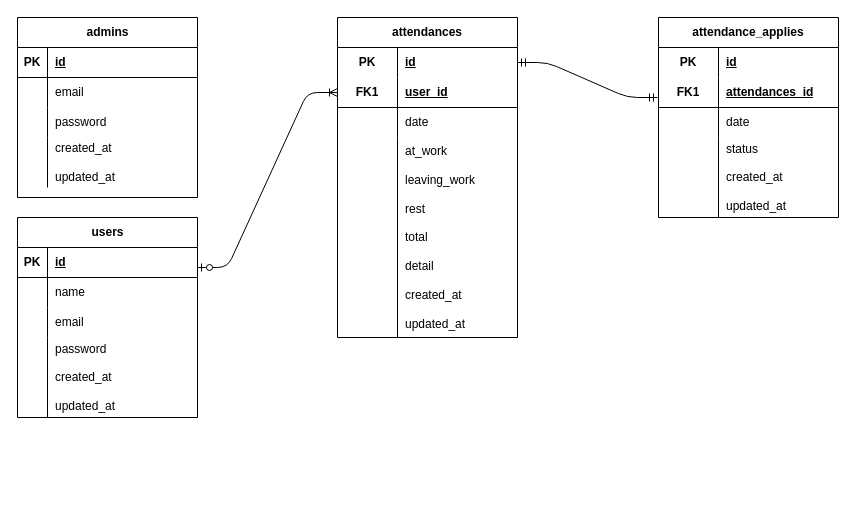
casanova1502/second-mock keeps this draw.io diagram as er-diagram.drawio. Above is the earlier version. Source tidied: cells renumbered, new cells numbered last; positions are measured from the earlier drawing's top-left corner, leaving out a move shared by most shapes. Both pictures are drawn from the tidied source at 100%, with x=0, y=0 at pixel (17, 17).
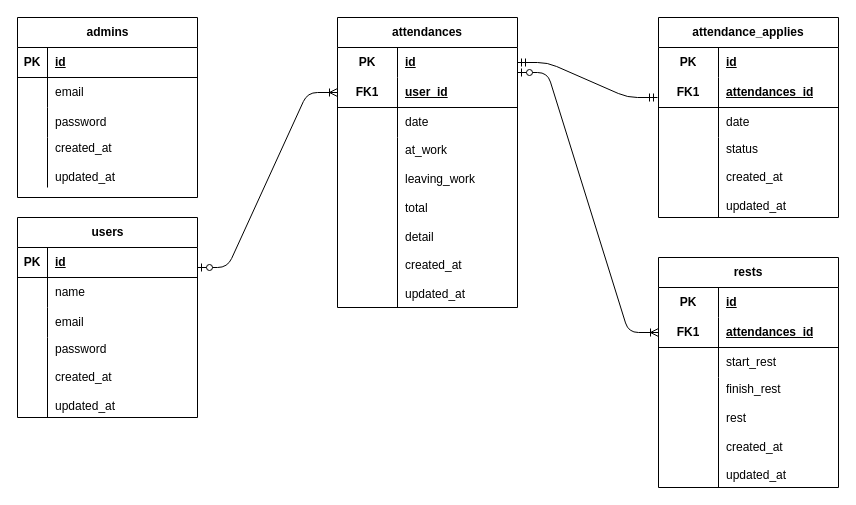
After the change.

Change to the diagram source:
```diff
@@
     <mxCell id="28" value="attendances" style="shape=table;startSize=30;childLayout=tableLayout;rowLines=0;fontStyle=1;align=center;html=1;whiteSpace=wrap;" parent="1" vertex="1">
-      <mxGeometry x="320" width="180" height="320" as="geometry" />
+      <mxGeometry x="320" width="180" height="290" as="geometry" />
     </mxCell>
@@
     <mxCell id="38" style="shape=tableRow;horizontal=0;startSize=0;swimlaneHead=0;swimlaneBody=0;fillColor=none;top=0;left=0;right=0;bottom=0;html=1;" parent="28" vertex="1">
-      <mxGeometry y="120" width="180" height="200" as="geometry" />
+      <mxGeometry y="120" width="180" height="170" as="geometry" />
     </mxCell>
     <mxCell id="39" style="shape=partialRectangle;fillColor=none;top=0;left=0;bottom=0;right=0;overflow=hidden;html=1;whiteSpace=wrap;" parent="38" vertex="1">
-      <mxGeometry width="60" height="200" as="geometry" />
+      <mxGeometry width="60" height="170" as="geometry" />
     </mxCell>
-    <mxCell id="40" value="at_work&lt;br&gt;&lt;div&gt;&lt;br&gt;&lt;/div&gt;&lt;div&gt;leaving_work&lt;/div&gt;&lt;div&gt;&lt;br&gt;&lt;/div&gt;&lt;div&gt;rest&lt;/div&gt;&lt;div&gt;&lt;br&gt;&lt;/div&gt;&lt;div&gt;total&lt;/div&gt;&lt;div&gt;&lt;br&gt;&lt;/div&gt;&lt;div&gt;detail&lt;/div&gt;&lt;div&gt;&lt;br&gt;&lt;/div&gt;&lt;div&gt;&lt;div&gt;created_at&lt;/div&gt;&lt;div&gt;&lt;br&gt;&lt;/div&gt;&lt;div&gt;updated_at&lt;/div&gt;&lt;/div&gt;" style="shape=partialRectangle;fillColor=none;top=0;left=0;bottom=0;right=0;align=left;spacingLeft=6;overflow=hidden;html=1;whiteSpace=wrap;" parent="38" vertex="1">
-      <mxGeometry x="60" width="120" height="200" as="geometry" />
+    <mxCell id="40" value="at_work&lt;br&gt;&lt;div&gt;&lt;br&gt;&lt;/div&gt;&lt;div&gt;leaving_work&lt;/div&gt;&lt;div&gt;&lt;br&gt;&lt;/div&gt;&lt;div&gt;total&lt;/div&gt;&lt;div&gt;&lt;br&gt;&lt;/div&gt;&lt;div&gt;detail&lt;/div&gt;&lt;div&gt;&lt;br&gt;&lt;/div&gt;&lt;div&gt;&lt;div&gt;created_at&lt;/div&gt;&lt;div&gt;&lt;br&gt;&lt;/div&gt;&lt;div&gt;updated_at&lt;/div&gt;&lt;/div&gt;" style="shape=partialRectangle;fillColor=none;top=0;left=0;bottom=0;right=0;align=left;spacingLeft=6;overflow=hidden;html=1;whiteSpace=wrap;" parent="38" vertex="1">
+      <mxGeometry x="60" width="120" height="170" as="geometry" />
     </mxCell>
@@
+    <mxCell id="56" value="rests" style="shape=table;startSize=30;childLayout=tableLayout;rowLines=0;fontStyle=1;align=center;html=1;whiteSpace=wrap;" parent="1" vertex="1">
+      <mxGeometry x="641" y="240" width="180" height="230" as="geometry" />
+    </mxCell>
+    <mxCell id="57" style="shape=tableRow;horizontal=0;startSize=0;swimlaneHead=0;swimlaneBody=0;fillColor=none;top=0;left=0;right=0;bottom=0;html=1;" parent="56" vertex="1">
+      <mxGeometry y="30" width="180" height="30" as="geometry" />
+    </mxCell>
+    <mxCell id="58" value="PK" style="shape=partialRectangle;fillColor=none;top=0;left=0;bottom=0;right=0;fontStyle=1;overflow=hidden;html=1;whiteSpace=wrap;" parent="57" vertex="1">
+      <mxGeometry width="60" height="30" as="geometry" />
+    </mxCell>
+    <mxCell id="59" value="id" style="shape=partialRectangle;fillColor=none;top=0;left=0;bottom=0;right=0;align=left;spacingLeft=6;fontStyle=5;overflow=hidden;html=1;whiteSpace=wrap;" parent="57" vertex="1">
+      <mxGeometry x="60" width="120" height="30" as="geometry" />
+    </mxCell>
+    <mxCell id="60" style="shape=tableRow;horizontal=0;startSize=0;swimlaneHead=0;swimlaneBody=0;fillColor=none;points=[[0,0.5],[1,0.5]];portConstraint=eastwest;top=0;left=0;right=0;bottom=1;html=1;" parent="56" vertex="1">
+      <mxGeometry y="60" width="180" height="30" as="geometry" />
+    </mxCell>
+    <mxCell id="61" value="FK1" style="shape=partialRectangle;fillColor=none;top=0;left=0;bottom=0;right=0;fontStyle=1;overflow=hidden;html=1;whiteSpace=wrap;" parent="60" vertex="1">
+      <mxGeometry width="60" height="30" as="geometry" />
+    </mxCell>
+    <mxCell id="62" value="attendances_id" style="shape=partialRectangle;fillColor=none;top=0;left=0;bottom=0;right=0;align=left;spacingLeft=6;fontStyle=5;overflow=hidden;html=1;whiteSpace=wrap;" parent="60" vertex="1">
+      <mxGeometry x="60" width="120" height="30" as="geometry" />
+    </mxCell>
+    <mxCell id="63" style="shape=tableRow;horizontal=0;startSize=0;swimlaneHead=0;swimlaneBody=0;fillColor=none;top=0;left=0;right=0;bottom=0;html=1;" parent="56" vertex="1">
+      <mxGeometry y="90" width="180" height="30" as="geometry" />
+    </mxCell>
+    <mxCell id="64" style="shape=partialRectangle;fillColor=none;top=0;left=0;bottom=0;right=0;overflow=hidden;html=1;whiteSpace=wrap;" parent="63" vertex="1">
+      <mxGeometry width="60" height="30" as="geometry" />
+    </mxCell>
+    <mxCell id="65" value="start_rest" style="shape=partialRectangle;fillColor=none;top=0;left=0;bottom=0;right=0;align=left;spacingLeft=6;overflow=hidden;html=1;whiteSpace=wrap;" parent="63" vertex="1">
+      <mxGeometry x="60" width="120" height="30" as="geometry" />
+    </mxCell>
+    <mxCell id="66" style="shape=tableRow;horizontal=0;startSize=0;swimlaneHead=0;swimlaneBody=0;fillColor=none;top=0;left=0;right=0;bottom=0;html=1;" parent="56" vertex="1">
+      <mxGeometry y="120" width="180" height="110" as="geometry" />
+    </mxCell>
+    <mxCell id="67" style="shape=partialRectangle;fillColor=none;top=0;left=0;bottom=0;right=0;overflow=hidden;html=1;whiteSpace=wrap;" parent="66" vertex="1">
+      <mxGeometry width="60" height="110" as="geometry" />
+    </mxCell>
+    <mxCell id="68" value="finish_rest&lt;div&gt;&lt;br&gt;&lt;/div&gt;&lt;div&gt;rest&lt;/div&gt;&lt;div&gt;&lt;br&gt;&lt;/div&gt;&lt;div&gt;&lt;div&gt;created_at&lt;/div&gt;&lt;div&gt;&lt;br&gt;&lt;/div&gt;&lt;div&gt;updated_at&lt;/div&gt;&lt;/div&gt;" style="shape=partialRectangle;fillColor=none;top=0;left=0;bottom=0;right=0;align=left;spacingLeft=6;overflow=hidden;html=1;whiteSpace=wrap;" parent="66" vertex="1">
+      <mxGeometry x="60" width="120" height="110" as="geometry" />
+    </mxCell>
+    <mxCell id="69" style="edgeStyle=entityRelationEdgeStyle;fontSize=12;html=1;endArrow=ERoneToMany;startArrow=ERzeroToOne;entryX=0;entryY=0.5;entryDx=0;entryDy=0;" parent="1" edge="1" target="60">
+      <mxGeometry relative="1" as="geometry">
+        <mxPoint x="500" y="55" as="sourcePoint" />
+      </mxGeometry>
+    </mxCell>
```
